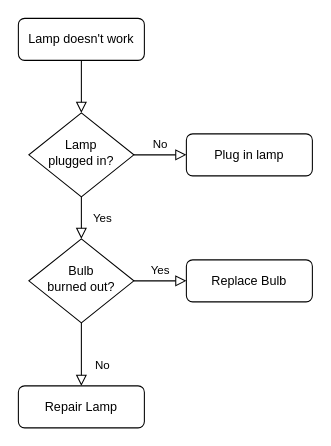
Earlier version of the draw.io diagram Диаграмма без названия.drawio (nerses-a/Least_squares). Source tidied: cells renumbered, new cells numbered last; positions are measured from the earlier drawing's top-left corner, leaving out a move shared by most shapes. Both pictures are drawn from the tidied source at 105%, with x=0, y=0 at pixel (18, 18).
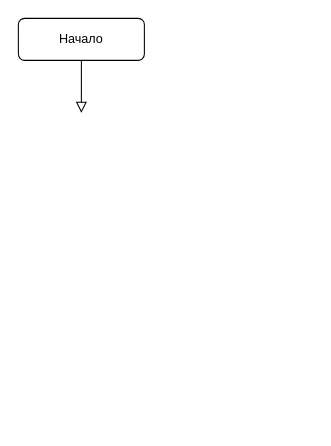
After the change.

What changed in the source:
```diff
@@
 <mxGraphModel>
   <root>
     <mxCell id="0" />
     <mxCell id="1" parent="0" />
-    <mxCell id="2" style="rounded=0;html=1;jettySize=auto;fontSize=11;endArrow=block;endFill=0;endSize=8;strokeWidth=1;shadow=0;labelBackgroundColor=none;edgeStyle=orthogonalEdgeStyle;" parent="1" edge="1" source="3" target="6">
-      <mxGeometry relative="1" as="geometry" />
+    <mxCell id="2" style="rounded=0;html=1;jettySize=auto;fontSize=11;endArrow=block;endFill=0;endSize=8;strokeWidth=1;shadow=0;labelBackgroundColor=none;edgeStyle=orthogonalEdgeStyle;" parent="1" edge="1" source="3">
+      <mxGeometry relative="1" as="geometry">
+        <mxPoint x="60" y="90" as="targetPoint" />
+      </mxGeometry>
     </mxCell>
-    <mxCell id="3" value="Lamp doesn't work" style="rounded=1;whiteSpace=wrap;html=1;fontSize=12;glass=0;strokeWidth=1;shadow=0;" parent="1" vertex="1">
+    <mxCell id="3" value="Начало" style="rounded=1;whiteSpace=wrap;html=1;fontSize=12;glass=0;strokeWidth=1;shadow=0;" parent="1" vertex="1">
       <mxGeometry width="120" height="40" as="geometry" />
     </mxCell>
-    <mxCell id="4" value="Yes" style="rounded=0;html=1;jettySize=auto;fontSize=11;endArrow=block;endFill=0;endSize=8;strokeWidth=1;shadow=0;labelBackgroundColor=none;edgeStyle=orthogonalEdgeStyle;" parent="1" edge="1" source="6" target="10">
-      <mxGeometry y="20" relative="1" as="geometry" />
-    </mxCell>
-    <mxCell id="5" value="No" style="edgeStyle=orthogonalEdgeStyle;rounded=0;html=1;jettySize=auto;fontSize=11;endArrow=block;endFill=0;endSize=8;strokeWidth=1;shadow=0;labelBackgroundColor=none;" parent="1" edge="1" source="6" target="7">
-      <mxGeometry y="10" relative="1" as="geometry" />
-    </mxCell>
-    <mxCell id="6" value="Lamp&lt;br&gt;plugged in?" style="rhombus;whiteSpace=wrap;html=1;shadow=0;fontFamily=Helvetica;fontSize=12;align=center;strokeWidth=1;spacing=6;spacingTop=-4;" parent="1" vertex="1">
-      <mxGeometry x="10" y="90" width="100" height="80" as="geometry" />
-    </mxCell>
-    <mxCell id="7" value="Plug in lamp" style="rounded=1;whiteSpace=wrap;html=1;fontSize=12;glass=0;strokeWidth=1;shadow=0;" parent="1" vertex="1">
-      <mxGeometry x="160" y="110" width="120" height="40" as="geometry" />
-    </mxCell>
-    <mxCell id="8" value="No" style="rounded=0;html=1;jettySize=auto;fontSize=11;endArrow=block;endFill=0;endSize=8;strokeWidth=1;shadow=0;labelBackgroundColor=none;edgeStyle=orthogonalEdgeStyle;" parent="1" edge="1" source="10" target="11">
-      <mxGeometry x="0.33" y="20" relative="1" as="geometry" />
-    </mxCell>
-    <mxCell id="9" value="Yes" style="edgeStyle=orthogonalEdgeStyle;rounded=0;html=1;jettySize=auto;fontSize=11;endArrow=block;endFill=0;endSize=8;strokeWidth=1;shadow=0;labelBackgroundColor=none;" parent="1" edge="1" source="10" target="12">
-      <mxGeometry y="10" relative="1" as="geometry" />
-    </mxCell>
-    <mxCell id="10" value="Bulb&lt;br&gt;burned out?" style="rhombus;whiteSpace=wrap;html=1;shadow=0;fontFamily=Helvetica;fontSize=12;align=center;strokeWidth=1;spacing=6;spacingTop=-4;" parent="1" vertex="1">
-      <mxGeometry x="10" y="210" width="100" height="80" as="geometry" />
-    </mxCell>
-    <mxCell id="11" value="Repair Lamp" style="rounded=1;whiteSpace=wrap;html=1;fontSize=12;glass=0;strokeWidth=1;shadow=0;" parent="1" vertex="1">
-      <mxGeometry y="350" width="120" height="40" as="geometry" />
-    </mxCell>
-    <mxCell id="12" value="Replace Bulb" style="rounded=1;whiteSpace=wrap;html=1;fontSize=12;glass=0;strokeWidth=1;shadow=0;" parent="1" vertex="1">
-      <mxGeometry x="160" y="230" width="120" height="40" as="geometry" />
-    </mxCell>
   </root>
 </mxGraphModel>
```
